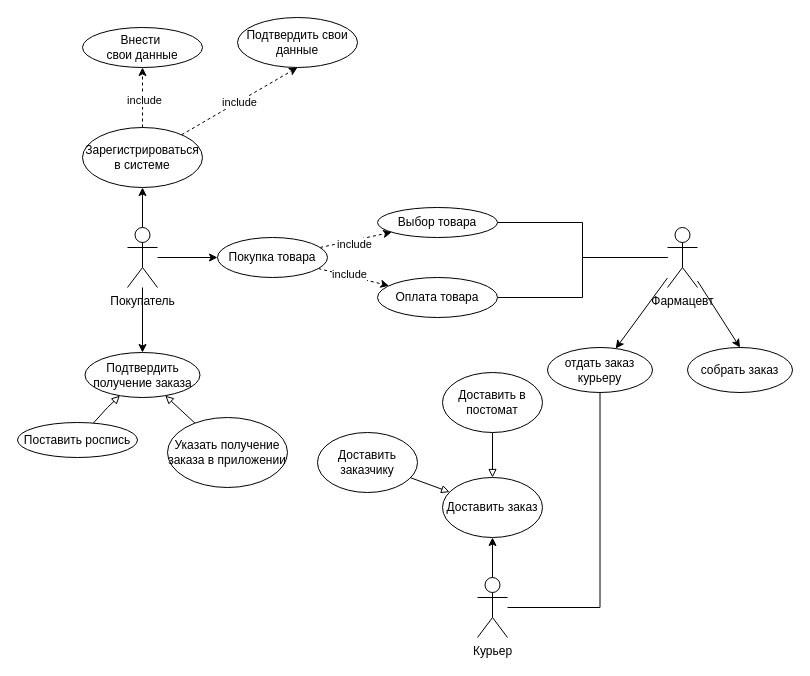
This is AKMS/PR_2/pr2_2.drawio from Idontlikeni/fourth_semestr, a draw.io file, before an edit. Source tidied: cells renumbered, new cells numbered last; positions are measured from the earlier drawing's top-left corner, leaving out a move shared by most shapes. Both pictures are drawn from the tidied source at 100%, with x=0, y=0 at pixel (17, 17).
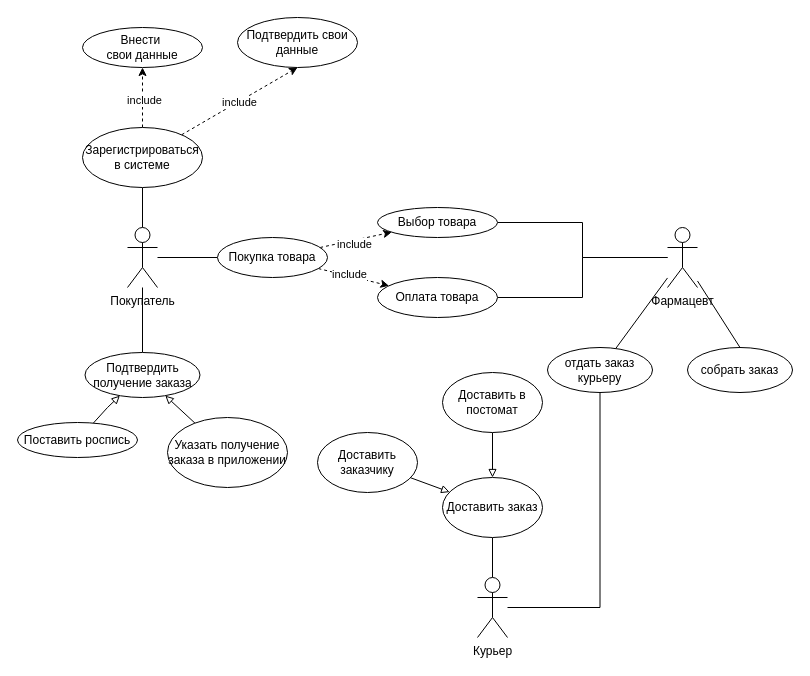
After the change.

The change refers to these unchanged cells:
```xml
<mxCell id="5" value="Покупатель" style="shape=umlActor;verticalLabelPosition=bottom;verticalAlign=top;html=1;outlineConnect=0;" parent="1" vertex="1">
  <mxGeometry x="110" y="210" width="30" height="60" as="geometry" />
</mxCell>
<mxCell id="10" value="Зарегистрироваться в системе" style="ellipse;whiteSpace=wrap;html=1;" parent="1" vertex="1">
  <mxGeometry x="65" y="110" width="120" height="60" as="geometry" />
</mxCell>
<mxCell id="17" value="Покупка товара" style="ellipse;whiteSpace=wrap;html=1;" parent="1" vertex="1">
  <mxGeometry x="200" y="220" width="110" height="40" as="geometry" />
</mxCell>
<mxCell id="24" value="Фармацевт" style="shape=umlActor;verticalLabelPosition=bottom;verticalAlign=top;html=1;outlineConnect=0;" parent="1" vertex="1">
  <mxGeometry x="650" y="210" width="30" height="60" as="geometry" />
</mxCell>
<mxCell id="26" value="Курьер" style="shape=umlActor;verticalLabelPosition=bottom;verticalAlign=top;html=1;outlineConnect=0;" parent="1" vertex="1">
  <mxGeometry x="460" y="560" width="30" height="60" as="geometry" />
</mxCell>
<mxCell id="27" value="собрать заказ" style="ellipse;whiteSpace=wrap;html=1;" parent="1" vertex="1">
  <mxGeometry x="670" y="330" width="105" height="45" as="geometry" />
</mxCell>
<mxCell id="29" value="отдать заказ курьеру" style="ellipse;whiteSpace=wrap;html=1;" parent="1" vertex="1">
  <mxGeometry x="530" y="330" width="105" height="45" as="geometry" />
</mxCell>
<mxCell id="30" value="Подтвердить получение заказа" style="ellipse;whiteSpace=wrap;html=1;" parent="1" vertex="1">
  <mxGeometry x="67.5" y="335" width="115" height="45" as="geometry" />
</mxCell>
<mxCell id="35" value="Доставить заказ" style="ellipse;whiteSpace=wrap;html=1;" parent="1" vertex="1">
  <mxGeometry x="425" y="460" width="100" height="60" as="geometry" />
</mxCell>
```

Diff of the diagram source:
```diff
@@
-    <mxCell id="2" style="edgeStyle=orthogonalEdgeStyle;rounded=0;jettySize=auto;html=1;entryX=0.5;entryY=1;entryDx=0;entryDy=0;" parent="1" edge="1" source="5" target="10">
+    <mxCell id="2" style="edgeStyle=orthogonalEdgeStyle;rounded=0;jettySize=auto;html=1;entryX=0.5;entryY=1;entryDx=0;entryDy=0;endArrow=none;startFill=0;" parent="1" edge="1" source="5" target="10">
       <mxGeometry relative="1" as="geometry" />
     </mxCell>
-    <mxCell id="3" style="edgeStyle=orthogonalEdgeStyle;rounded=0;jettySize=auto;html=1;" parent="1" edge="1" source="5" target="17">
+    <mxCell id="3" style="edgeStyle=orthogonalEdgeStyle;rounded=0;jettySize=auto;html=1;endArrow=none;startFill=0;" parent="1" edge="1" source="5" target="17">
       <mxGeometry relative="1" as="geometry" />
     </mxCell>
-    <mxCell id="4" style="edgeStyle=orthogonalEdgeStyle;rounded=0;jettySize=auto;html=1;entryX=0.5;entryY=0;entryDx=0;entryDy=0;" parent="1" edge="1" source="5" target="30">
+    <mxCell id="4" style="edgeStyle=orthogonalEdgeStyle;rounded=0;jettySize=auto;html=1;entryX=0.5;entryY=0;entryDx=0;entryDy=0;endArrow=none;startFill=0;" parent="1" edge="1" source="5" target="30">
       <mxGeometry relative="1" as="geometry" />
     </mxCell>
@@
-    <mxCell id="22" style="rounded=0;jettySize=auto;html=1;entryX=0.5;entryY=0;entryDx=0;entryDy=0;" parent="1" edge="1" source="24" target="27">
+    <mxCell id="22" style="rounded=0;jettySize=auto;html=1;entryX=0.5;entryY=0;entryDx=0;entryDy=0;endArrow=none;startFill=0;" parent="1" edge="1" source="24" target="27">
       <mxGeometry relative="1" as="geometry" />
     </mxCell>
-    <mxCell id="23" style="rounded=0;jettySize=auto;html=1;" parent="1" edge="1" source="24" target="29">
+    <mxCell id="23" style="rounded=0;jettySize=auto;html=1;endArrow=none;startFill=0;" parent="1" edge="1" source="24" target="29">
       <mxGeometry relative="1" as="geometry" />
     </mxCell>
@@
-    <mxCell id="25" style="edgeStyle=orthogonalEdgeStyle;rounded=0;jettySize=auto;html=1;entryX=0.5;entryY=1;entryDx=0;entryDy=0;" parent="1" edge="1" source="26" target="35">
+    <mxCell id="25" style="edgeStyle=orthogonalEdgeStyle;rounded=0;jettySize=auto;html=1;entryX=0.5;entryY=1;entryDx=0;entryDy=0;endArrow=none;startFill=0;" parent="1" edge="1" source="26" target="35">
       <mxGeometry relative="1" as="geometry" />
     </mxCell>
```
